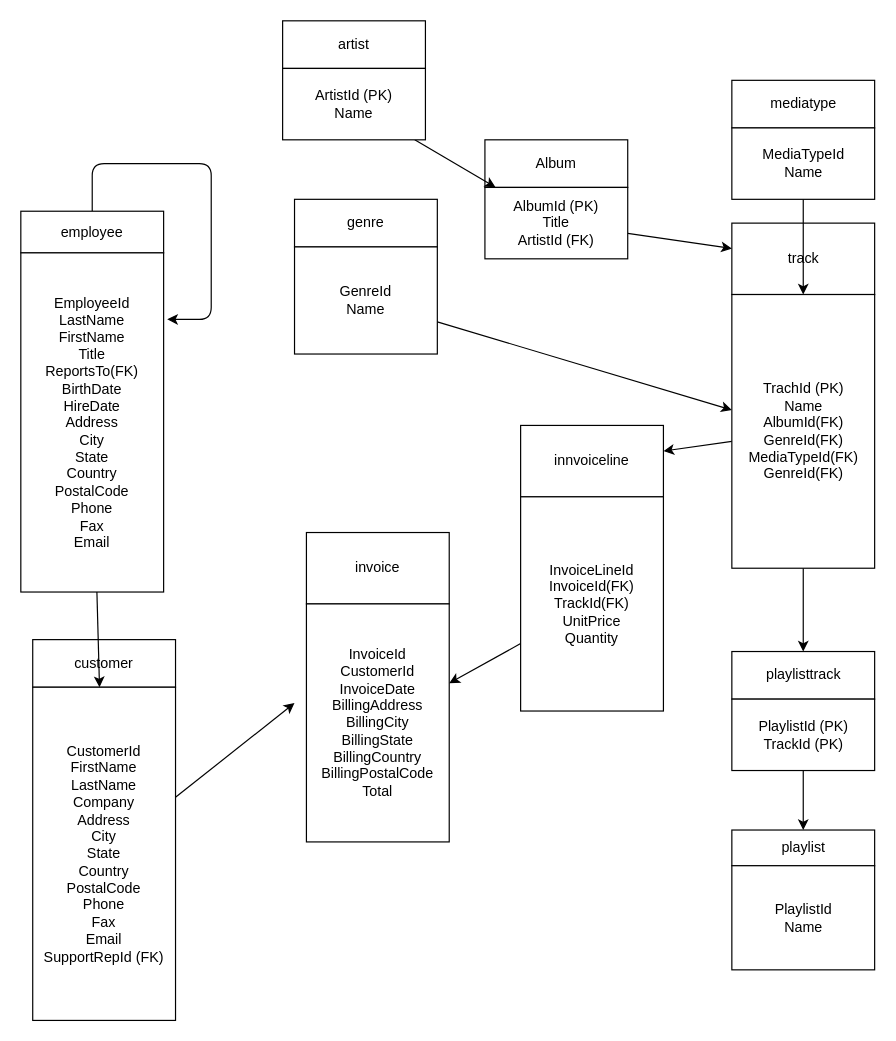
This is relational-data-storage/opdracht-2/ERD.drawio from JBZonda/educom-data-science, a draw.io file, before an edit. Source tidied: cells renumbered, new cells numbered last; positions are measured from the earlier drawing's top-left corner, leaving out a move shared by most shapes. Both pictures are drawn from the tidied source at 119%, with x=0, y=0 at pixel (20, 20).
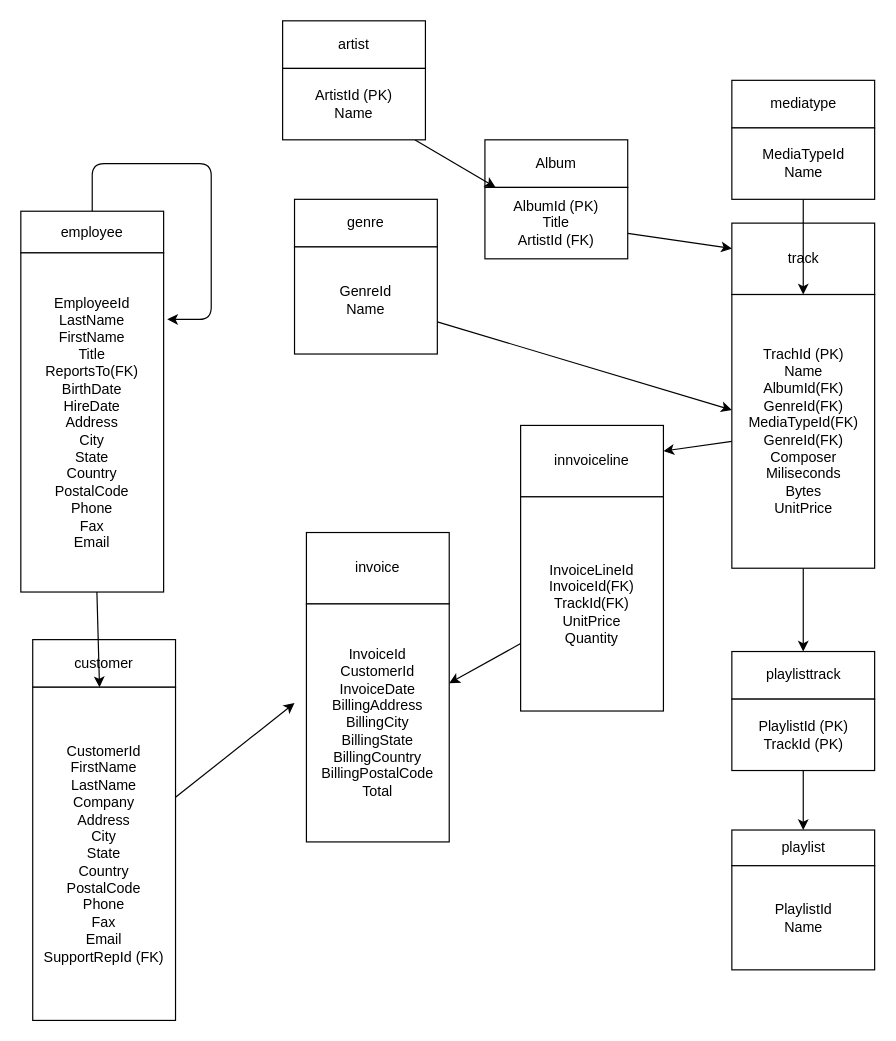
After the change.

Change to the diagram source:
```diff
@@
-    <mxCell id="34" value="TrachId (PK)&lt;br&gt;Name&lt;br&gt;AlbumId(FK)&lt;br&gt;GenreId(FK)&lt;br&gt;MediaTypeId(FK)&lt;br&gt;GenreId(FK)" style="whiteSpace=wrap;html=1;" parent="1" vertex="1">
+    <mxCell id="34" value="TrachId (PK)&lt;br&gt;Name&lt;br&gt;AlbumId(FK)&lt;br&gt;GenreId(FK)&lt;br&gt;MediaTypeId(FK)&lt;br&gt;GenreId(FK)&lt;br&gt;Composer&lt;br&gt;Miliseconds&lt;br&gt;Bytes&lt;br&gt;UnitPrice" style="whiteSpace=wrap;html=1;" parent="1" vertex="1">
       <mxGeometry x="597.5" y="230" width="120" height="230" as="geometry" />
     </mxCell>
```
